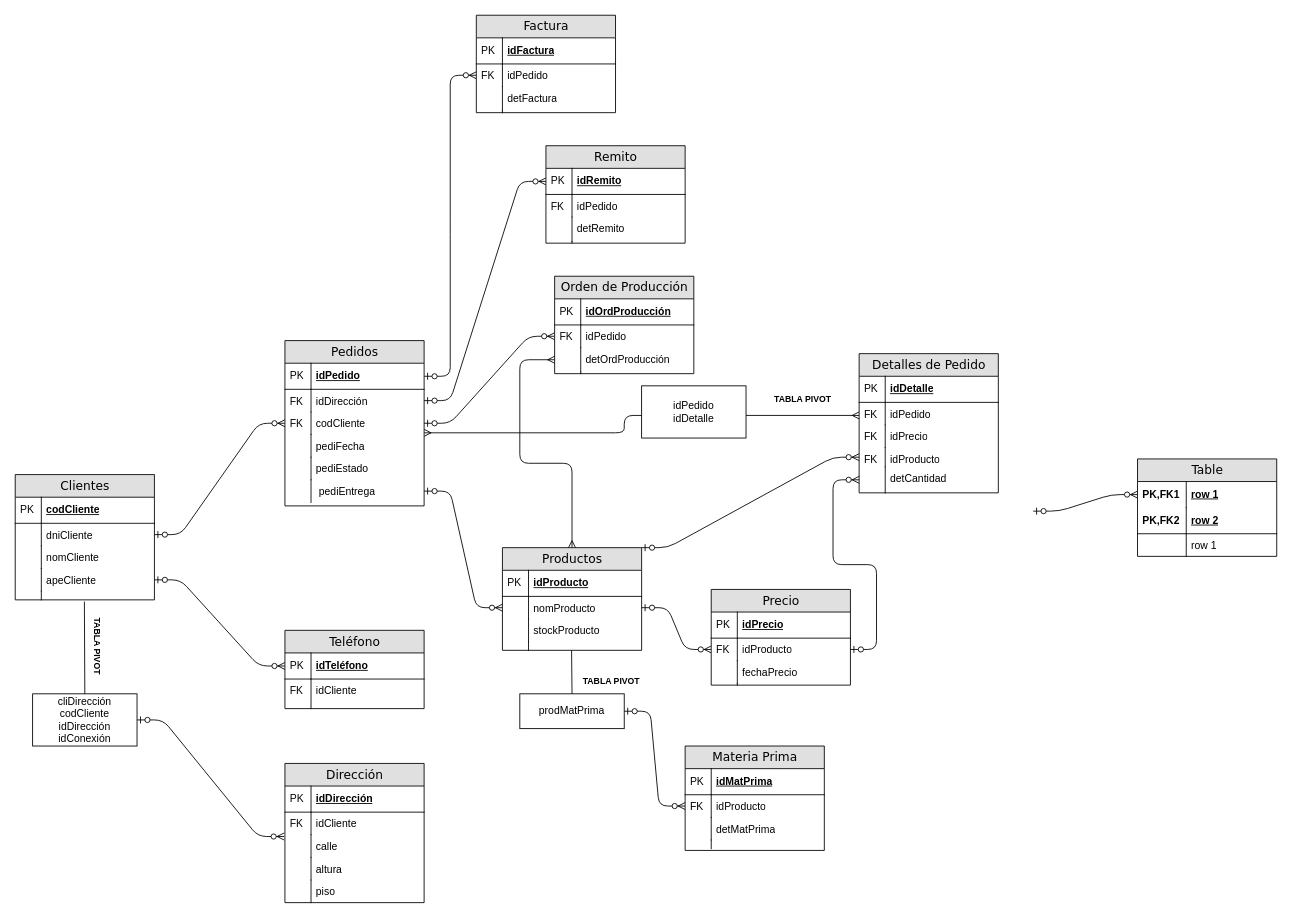
The draw.io diagram Diagrama sin título.drawio in kiloZ333/kiloZ333, before the edit. Source tidied: cells renumbered, new cells numbered last; positions are measured from the earlier drawing's top-left corner, leaving out a move shared by most shapes. Both pictures are drawn from the tidied source at 87%, with x=0, y=0 at pixel (15, 15).
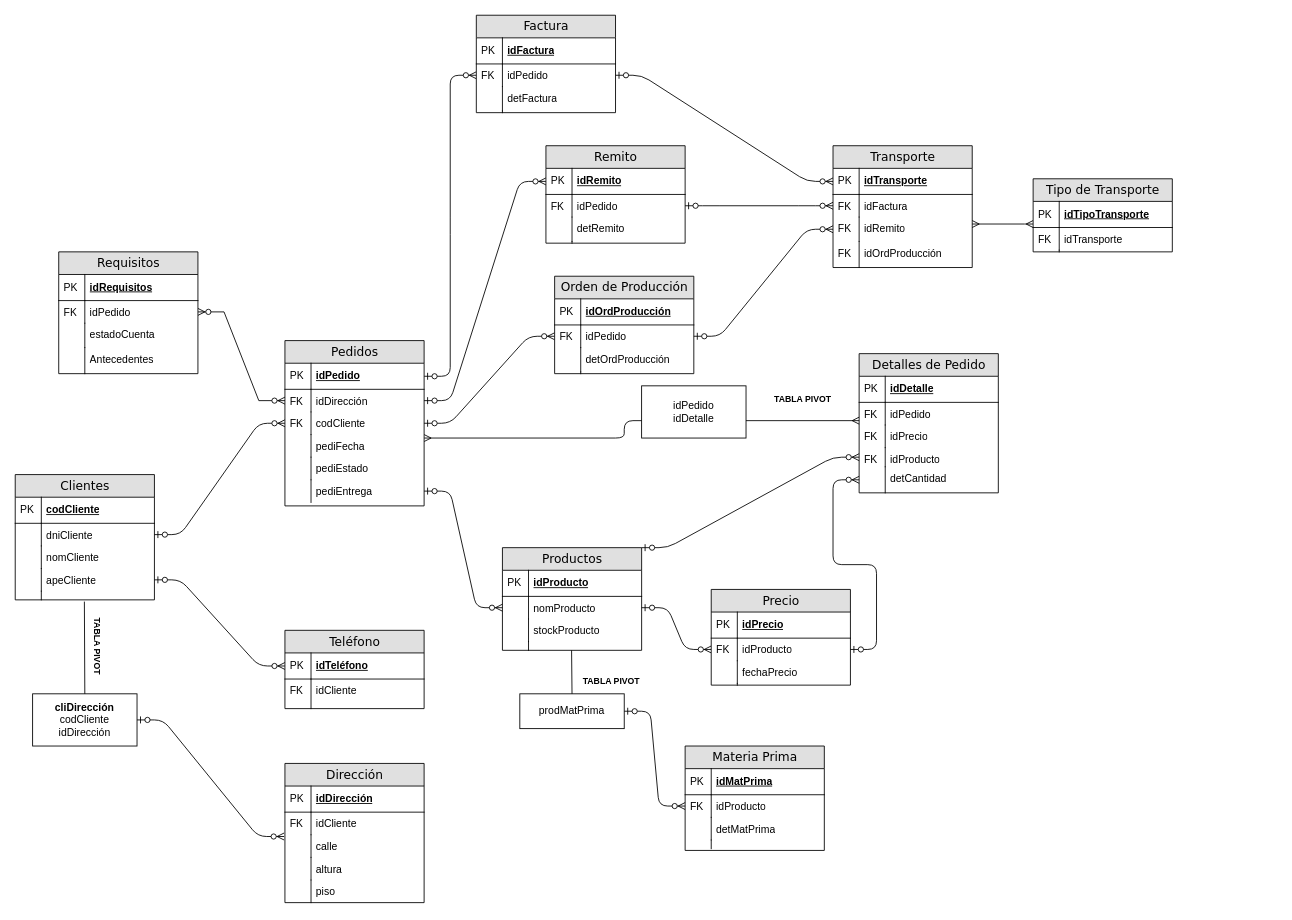
Above is the later version.

Unchanged cells that the change refers to:
```xml
<mxCell id="5" value="idPedido" style="shape=partialRectangle;top=0;left=0;right=0;bottom=0;html=1;align=left;verticalAlign=top;fillColor=none;spacingLeft=34;spacingRight=4;whiteSpace=wrap;overflow=hidden;points=[[0,0.5],[1,0.5]];portConstraint=eastwest;" parent="2" vertex="1">
  <mxGeometry y="56" width="160" height="26" as="geometry" />
</mxCell>
<mxCell id="22" value="Productos" style="swimlane;html=1;fontStyle=0;horizontal=1;startSize=26;fillColor=#e0e0e0;swimlaneFillColor=#ffffff;align=center;rounded=0;shadow=0;comic=0;labelBackgroundColor=none;strokeWidth=1;fontFamily=Verdana;fontSize=14;" parent="1" vertex="1">
  <mxGeometry x="560" y="612" width="160" height="118" as="geometry" />
</mxCell>
<mxCell id="70" value="Pedidos" style="swimlane;html=1;fontStyle=0;horizontal=1;startSize=26;fillColor=#e0e0e0;swimlaneFillColor=#ffffff;align=center;rounded=0;shadow=0;comic=0;labelBackgroundColor=none;strokeWidth=1;fontFamily=Verdana;fontSize=14;" parent="1" vertex="1">
  <mxGeometry x="310" y="374" width="160" height="190" as="geometry" />
</mxCell>
<mxCell id="73" value="idDirección" style="shape=partialRectangle;top=0;left=0;right=0;bottom=0;html=1;align=left;verticalAlign=top;fillColor=none;spacingLeft=34;spacingRight=4;whiteSpace=wrap;overflow=hidden;points=[[0,0.5],[1,0.5]];portConstraint=eastwest;" parent="70" vertex="1">
  <mxGeometry y="56" width="160" height="26" as="geometry" />
</mxCell>
<mxCell id="75" value="codCliente" style="shape=partialRectangle;top=0;left=0;right=0;bottom=0;html=1;align=left;verticalAlign=top;fillColor=none;spacingLeft=34;spacingRight=4;whiteSpace=wrap;overflow=hidden;points=[[0,0.5],[1,0.5]];portConstraint=eastwest;" parent="70" vertex="1">
  <mxGeometry y="82" width="160" height="26" as="geometry" />
</mxCell>
<mxCell id="109" value="idPedido" style="shape=partialRectangle;top=0;left=0;right=0;bottom=0;html=1;align=left;verticalAlign=top;fillColor=none;spacingLeft=34;spacingRight=4;whiteSpace=wrap;overflow=hidden;points=[[0,0.5],[1,0.5]];portConstraint=eastwest;" parent="106" vertex="1">
  <mxGeometry y="56" width="160" height="26" as="geometry" />
</mxCell>
<mxCell id="118" value="idPedido" style="shape=partialRectangle;top=0;left=0;right=0;bottom=0;html=1;align=left;verticalAlign=top;fillColor=none;spacingLeft=34;spacingRight=4;whiteSpace=wrap;overflow=hidden;points=[[0,0.5],[1,0.5]];portConstraint=eastwest;" parent="115" vertex="1">
  <mxGeometry y="56" width="160" height="26" as="geometry" />
</mxCell>
<mxCell id="128" value="idPedido" style="shape=partialRectangle;top=0;left=0;right=0;bottom=0;html=1;align=left;verticalAlign=top;fillColor=none;spacingLeft=34;spacingRight=4;whiteSpace=wrap;overflow=hidden;points=[[0,0.5],[1,0.5]];portConstraint=eastwest;" parent="125" vertex="1">
  <mxGeometry y="56" width="160" height="26" as="geometry" />
</mxCell>
<mxCell id="130" value="detOrdProducción" style="shape=partialRectangle;top=0;left=0;right=0;bottom=0;html=1;align=left;verticalAlign=top;fillColor=none;spacingLeft=34;spacingRight=4;whiteSpace=wrap;overflow=hidden;points=[[0,0.5],[1,0.5]];portConstraint=eastwest;" parent="125" vertex="1">
  <mxGeometry y="82" width="160" height="28" as="geometry" />
</mxCell>
```

What changed in the source:
```diff
@@
-    <mxCell id="31" style="edgeStyle=orthogonalEdgeStyle;html=1;endArrow=ERmany;startArrow=ERmany;labelBackgroundColor=none;fontFamily=Verdana;fontSize=14;" parent="1" edge="1" source="5" target="75">
+    <mxCell id="31" style="edgeStyle=orthogonalEdgeStyle;html=1;endArrow=ERmany;startArrow=ERmany;labelBackgroundColor=none;fontFamily=Verdana;fontSize=14;" parent="1" edge="1">
       <mxGeometry relative="1" as="geometry">
+        <mxPoint x="970" y="466" as="sourcePoint" />
+        <mxPoint x="470" y="486" as="targetPoint" />
         <Array as="points">
-          <mxPoint x="700" y="460" />
-          <mxPoint x="700" y="480" />
+          <mxPoint x="700" y="466" />
+          <mxPoint x="700" y="486" />
         </Array>
       </mxGeometry>
     </mxCell>
@@
-    <mxCell id="33" value="Table" style="swimlane;html=1;fontStyle=0;horizontal=1;startSize=26;fillColor=#e0e0e0;swimlaneFillColor=#ffffff;align=center;rounded=0;shadow=0;comic=0;labelBackgroundColor=none;strokeWidth=1;fontFamily=Verdana;fontSize=14;" parent="1" vertex="1">
-      <mxGeometry x="1290" y="510" width="160" height="112" as="geometry" />
-    </mxCell>
-    <mxCell id="34" value="row 1" style="shape=partialRectangle;top=0;left=0;right=0;bottom=0;html=1;align=left;verticalAlign=middle;fillColor=none;spacingLeft=60;spacingRight=4;whiteSpace=wrap;overflow=hidden;points=[[0,0.5],[1,0.5]];portConstraint=eastwest;fontStyle=5;" parent="33" vertex="1">
-      <mxGeometry y="26" width="160" height="30" as="geometry" />
-    </mxCell>
-    <mxCell id="35" value="PK,FK1" style="shape=partialRectangle;fontStyle=1;top=0;left=0;bottom=0;html=1;fillColor=none;align=left;verticalAlign=middle;spacingLeft=4;spacingRight=4;whiteSpace=wrap;overflow=hidden;" parent="34" vertex="1">
-      <mxGeometry width="56" height="30" as="geometry" />
-    </mxCell>
-    <mxCell id="36" value="row 2" style="shape=partialRectangle;top=0;left=0;right=0;bottom=1;html=1;align=left;verticalAlign=middle;fillColor=none;spacingLeft=60;spacingRight=4;whiteSpace=wrap;overflow=hidden;fontStyle=5;" parent="33" vertex="1">
-      <mxGeometry y="56" width="160" height="30" as="geometry" />
-    </mxCell>
-    <mxCell id="37" value="PK,FK2" style="shape=partialRectangle;fontStyle=1;top=0;left=0;bottom=0;html=1;fillColor=none;align=left;verticalAlign=middle;spacingLeft=4;spacingRight=4;whiteSpace=wrap;overflow=hidden;" parent="36" vertex="1">
-      <mxGeometry width="56" height="30" as="geometry" />
-    </mxCell>
-    <mxCell id="38" value="row 1" style="shape=partialRectangle;top=0;left=0;right=0;bottom=0;html=1;align=left;verticalAlign=top;fillColor=none;spacingLeft=60;spacingRight=4;whiteSpace=wrap;overflow=hidden;" parent="33" vertex="1">
-      <mxGeometry y="86" width="160" height="26" as="geometry" />
-    </mxCell>
-    <mxCell id="39" style="shape=partialRectangle;top=0;left=0;bottom=0;html=1;fillColor=none;align=left;verticalAlign=top;spacingLeft=4;spacingRight=4;whiteSpace=wrap;overflow=hidden;" parent="38" vertex="1">
-      <mxGeometry width="56" height="26" as="geometry" />
-    </mxCell>
-    <mxCell id="40" style="edgeStyle=entityRelationEdgeStyle;html=1;endArrow=ERzeroToMany;startArrow=ERzeroToOne;labelBackgroundColor=none;fontFamily=Verdana;fontSize=14;entryX=0;entryY=0.5;" parent="1" edge="1" target="34">
-      <mxGeometry relative="1" as="geometry">
-        <mxPoint x="1170" y="570" as="sourcePoint" />
-      </mxGeometry>
-    </mxCell>
@@
-    <mxCell id="53" value="&lt;div&gt;cliDirección&lt;/div&gt;&lt;div&gt;codCliente&lt;/div&gt;&lt;div&gt;idDirección&lt;/div&gt;&lt;div&gt;idConexión&lt;br&gt;&lt;/div&gt;" style="rounded=0;whiteSpace=wrap;html=1;" parent="1" vertex="1">
+    <mxCell id="53" value="&lt;div&gt;&lt;b&gt;cliDirección&lt;/b&gt;&lt;/div&gt;&lt;div&gt;codCliente&lt;/div&gt;&lt;div&gt;idDirección&lt;/div&gt;" style="rounded=0;whiteSpace=wrap;html=1;" parent="1" vertex="1">
       <mxGeometry x="20" y="780" width="120" height="60" as="geometry" />
     </mxCell>
@@
-    <mxCell id="81" value="&amp;nbsp;pediEntrega" style="shape=partialRectangle;top=0;left=0;right=0;bottom=0;html=1;align=left;verticalAlign=top;fillColor=none;spacingLeft=34;spacingRight=4;whiteSpace=wrap;overflow=hidden;points=[[0,0.5],[1,0.5]];portConstraint=eastwest;" parent="70" vertex="1">
+    <mxCell id="81" value="pediEntrega" style="shape=partialRectangle;top=0;left=0;right=0;bottom=0;html=1;align=left;verticalAlign=top;fillColor=none;spacingLeft=34;spacingRight=4;whiteSpace=wrap;overflow=hidden;points=[[0,0.5],[1,0.5]];portConstraint=eastwest;" parent="70" vertex="1">
       <mxGeometry y="160" width="160" height="26" as="geometry" />
     </mxCell>
@@
-    <mxCell id="134" style="edgeStyle=orthogonalEdgeStyle;html=1;endArrow=ERmany;startArrow=ERmany;labelBackgroundColor=none;fontFamily=Verdana;fontSize=14;" parent="1" edge="1" source="130" target="22">
-      <mxGeometry relative="1" as="geometry">
-        <Array as="points">
-          <mxPoint x="580" y="396" />
-          <mxPoint x="580" y="515" />
-          <mxPoint x="640" y="515" />
-        </Array>
-      </mxGeometry>
-    </mxCell>
@@
+    <mxCell id="136" style="edgeStyle=entityRelationEdgeStyle;html=1;endArrow=ERzeroToMany;startArrow=ERzeroToOne;labelBackgroundColor=none;fontFamily=Verdana;fontSize=14;" parent="1" edge="1" source="128" target="144">
+      <mxGeometry relative="1" as="geometry" />
+    </mxCell>
+    <mxCell id="137" style="edgeStyle=entityRelationEdgeStyle;html=1;endArrow=ERzeroToMany;startArrow=ERzeroToOne;labelBackgroundColor=none;fontFamily=Verdana;fontSize=14;" parent="1" edge="1" source="118" target="142">
+      <mxGeometry relative="1" as="geometry" />
+    </mxCell>
+    <mxCell id="138" style="edgeStyle=entityRelationEdgeStyle;html=1;endArrow=ERzeroToMany;startArrow=ERzeroToOne;labelBackgroundColor=none;fontFamily=Verdana;fontSize=14;" parent="1" edge="1" source="109" target="140">
+      <mxGeometry relative="1" as="geometry" />
+    </mxCell>
+    <mxCell id="139" value="Transporte" style="swimlane;html=1;fontStyle=0;horizontal=1;startSize=26;fillColor=#e0e0e0;swimlaneFillColor=#ffffff;align=center;rounded=0;shadow=0;comic=0;labelBackgroundColor=none;strokeWidth=1;fontFamily=Verdana;fontSize=14;" parent="1" vertex="1">
+      <mxGeometry x="940" y="150" width="160" height="140" as="geometry" />
+    </mxCell>
+    <mxCell id="140" value="idTransporte" style="shape=partialRectangle;top=0;left=0;right=0;bottom=1;html=1;align=left;verticalAlign=middle;fillColor=none;spacingLeft=34;spacingRight=4;whiteSpace=wrap;overflow=hidden;points=[[0,0.5],[1,0.5]];portConstraint=eastwest;fontStyle=5;" parent="139" vertex="1">
+      <mxGeometry y="26" width="160" height="30" as="geometry" />
+    </mxCell>
+    <mxCell id="141" value="PK" style="shape=partialRectangle;top=0;left=0;bottom=0;html=1;fillColor=none;align=left;verticalAlign=middle;spacingLeft=4;spacingRight=4;whiteSpace=wrap;overflow=hidden;" parent="140" vertex="1">
+      <mxGeometry width="30" height="30" as="geometry" />
+    </mxCell>
+    <mxCell id="142" value="idFactura" style="shape=partialRectangle;top=0;left=0;right=0;bottom=0;html=1;align=left;verticalAlign=top;fillColor=none;spacingLeft=34;spacingRight=4;whiteSpace=wrap;overflow=hidden;points=[[0,0.5],[1,0.5]];portConstraint=eastwest;" parent="139" vertex="1">
+      <mxGeometry y="56" width="160" height="26" as="geometry" />
+    </mxCell>
+    <mxCell id="143" value="FK" style="shape=partialRectangle;top=0;left=0;bottom=0;html=1;fillColor=none;align=left;verticalAlign=top;spacingLeft=4;spacingRight=4;whiteSpace=wrap;overflow=hidden;" parent="142" vertex="1">
+      <mxGeometry width="30" height="26" as="geometry" />
+    </mxCell>
+    <mxCell id="144" value="idRemito" style="shape=partialRectangle;top=0;left=0;right=0;bottom=0;html=1;align=left;verticalAlign=top;fillColor=none;spacingLeft=34;spacingRight=4;whiteSpace=wrap;overflow=hidden;points=[[0,0.5],[1,0.5]];portConstraint=eastwest;" parent="139" vertex="1">
+      <mxGeometry y="82" width="160" height="28" as="geometry" />
+    </mxCell>
+    <mxCell id="145" value="FK" style="shape=partialRectangle;top=0;left=0;bottom=0;html=1;fillColor=none;align=left;verticalAlign=top;spacingLeft=4;spacingRight=4;whiteSpace=wrap;overflow=hidden;" parent="144" vertex="1">
+      <mxGeometry width="30" height="28" as="geometry" />
+    </mxCell>
+    <mxCell id="146" value="idOrdProducción" style="shape=partialRectangle;top=0;left=0;right=0;bottom=0;html=1;align=left;verticalAlign=top;fillColor=none;spacingLeft=34;spacingRight=4;whiteSpace=wrap;overflow=hidden;" parent="139" vertex="1">
+      <mxGeometry y="110" width="160" height="30" as="geometry" />
+    </mxCell>
+    <mxCell id="147" value="FK" style="shape=partialRectangle;top=0;left=0;bottom=0;html=1;fillColor=none;align=left;verticalAlign=top;spacingLeft=4;spacingRight=4;whiteSpace=wrap;overflow=hidden;" parent="146" vertex="1">
+      <mxGeometry width="30" height="30" as="geometry" />
+    </mxCell>
+    <mxCell id="148" style="edgeStyle=orthogonalEdgeStyle;html=1;endArrow=ERmany;startArrow=ERmany;labelBackgroundColor=none;fontFamily=Verdana;fontSize=14;" parent="1" edge="1" source="150" target="144">
+      <mxGeometry relative="1" as="geometry">
+        <Array as="points">
+          <mxPoint x="1150" y="240" />
+          <mxPoint x="1150" y="240" />
+        </Array>
+      </mxGeometry>
+    </mxCell>
+    <mxCell id="149" value="Tipo de Transporte" style="swimlane;html=1;fontStyle=0;horizontal=1;startSize=26;fillColor=#e0e0e0;swimlaneFillColor=#ffffff;align=center;rounded=0;shadow=0;comic=0;labelBackgroundColor=none;strokeWidth=1;fontFamily=Verdana;fontSize=14;" parent="1" vertex="1">
+      <mxGeometry x="1170" y="188" width="160" height="84" as="geometry" />
+    </mxCell>
+    <mxCell id="150" value="idTipoTransporte" style="shape=partialRectangle;top=0;left=0;right=0;bottom=1;html=1;align=left;verticalAlign=middle;fillColor=none;spacingLeft=34;spacingRight=4;whiteSpace=wrap;overflow=hidden;points=[[0,0.5],[1,0.5]];portConstraint=eastwest;fontStyle=5;" parent="149" vertex="1">
+      <mxGeometry y="26" width="160" height="30" as="geometry" />
+    </mxCell>
+    <mxCell id="151" value="PK" style="shape=partialRectangle;top=0;left=0;bottom=0;html=1;fillColor=none;align=left;verticalAlign=middle;spacingLeft=4;spacingRight=4;whiteSpace=wrap;overflow=hidden;" parent="150" vertex="1">
+      <mxGeometry width="30" height="30" as="geometry" />
+    </mxCell>
+    <mxCell id="152" value="idTransporte" style="shape=partialRectangle;top=0;left=0;right=0;bottom=0;html=1;align=left;verticalAlign=top;fillColor=none;spacingLeft=34;spacingRight=4;whiteSpace=wrap;overflow=hidden;" parent="149" vertex="1">
+      <mxGeometry y="56" width="160" height="26" as="geometry" />
+    </mxCell>
+    <mxCell id="153" value="FK" style="shape=partialRectangle;top=0;left=0;bottom=0;html=1;fillColor=none;align=left;verticalAlign=top;spacingLeft=4;spacingRight=4;whiteSpace=wrap;overflow=hidden;" parent="152" vertex="1">
+      <mxGeometry width="30" height="26" as="geometry" />
+    </mxCell>
+    <mxCell id="154" style="shape=partialRectangle;top=0;left=0;right=0;bottom=0;html=1;align=left;verticalAlign=top;fillColor=none;spacingLeft=34;spacingRight=4;whiteSpace=wrap;overflow=hidden;" parent="149" vertex="1">
+      <mxGeometry y="82" width="160" height="2" as="geometry" />
+    </mxCell>
+    <mxCell id="155" style="shape=partialRectangle;top=0;left=0;bottom=0;html=1;fillColor=none;align=left;verticalAlign=top;spacingLeft=4;spacingRight=4;whiteSpace=wrap;overflow=hidden;" parent="154" vertex="1">
+      <mxGeometry width="30" height="2" as="geometry" />
+    </mxCell>
+    <mxCell id="156" style="edgeStyle=entityRelationEdgeStyle;fontSize=12;html=1;endArrow=ERzeroToMany;endFill=1;startArrow=ERzeroToMany;rounded=0;" parent="1" edge="1" source="160" target="73">
+      <mxGeometry relative="1" as="geometry" />
+    </mxCell>
+    <mxCell id="157" value="Requisitos" style="swimlane;html=1;fontStyle=0;horizontal=1;startSize=26;fillColor=#e0e0e0;swimlaneFillColor=#ffffff;align=center;rounded=0;shadow=0;comic=0;labelBackgroundColor=none;strokeWidth=1;fontFamily=Verdana;fontSize=14;" parent="1" vertex="1">
+      <mxGeometry x="50" y="272" width="160" height="140" as="geometry" />
+    </mxCell>
+    <mxCell id="158" value="idRequisitos" style="shape=partialRectangle;top=0;left=0;right=0;bottom=1;html=1;align=left;verticalAlign=middle;fillColor=none;spacingLeft=34;spacingRight=4;whiteSpace=wrap;overflow=hidden;fontStyle=5;" parent="157" vertex="1">
+      <mxGeometry y="26" width="160" height="30" as="geometry" />
+    </mxCell>
+    <mxCell id="159" value="PK" style="shape=partialRectangle;top=0;left=0;bottom=0;html=1;fillColor=none;align=left;verticalAlign=middle;spacingLeft=4;spacingRight=4;whiteSpace=wrap;overflow=hidden;" parent="158" vertex="1">
+      <mxGeometry width="30" height="30" as="geometry" />
+    </mxCell>
+    <mxCell id="160" value="idPedido" style="shape=partialRectangle;top=0;left=0;right=0;bottom=0;html=1;align=left;verticalAlign=top;fillColor=none;spacingLeft=34;spacingRight=4;whiteSpace=wrap;overflow=hidden;points=[[0,0.5],[1,0.5]];portConstraint=eastwest;" parent="157" vertex="1">
+      <mxGeometry y="56" width="160" height="26" as="geometry" />
+    </mxCell>
+    <mxCell id="161" value="FK" style="shape=partialRectangle;top=0;left=0;bottom=0;html=1;fillColor=none;align=left;verticalAlign=top;spacingLeft=4;spacingRight=4;whiteSpace=wrap;overflow=hidden;" parent="160" vertex="1">
+      <mxGeometry width="30" height="26" as="geometry" />
+    </mxCell>
+    <mxCell id="162" value="estadoCuenta" style="shape=partialRectangle;top=0;left=0;right=0;bottom=0;html=1;align=left;verticalAlign=top;fillColor=none;spacingLeft=34;spacingRight=4;whiteSpace=wrap;overflow=hidden;" parent="157" vertex="1">
+      <mxGeometry y="82" width="160" height="28" as="geometry" />
+    </mxCell>
+    <mxCell id="163" style="shape=partialRectangle;top=0;left=0;bottom=0;html=1;fillColor=none;align=left;verticalAlign=top;spacingLeft=4;spacingRight=4;whiteSpace=wrap;overflow=hidden;" parent="162" vertex="1">
+      <mxGeometry width="30" height="28" as="geometry" />
+    </mxCell>
+    <mxCell id="164" value="Antecedentes" style="shape=partialRectangle;top=0;left=0;right=0;bottom=0;html=1;align=left;verticalAlign=top;fillColor=none;spacingLeft=34;spacingRight=4;whiteSpace=wrap;overflow=hidden;" parent="157" vertex="1">
+      <mxGeometry y="110" width="160" height="30" as="geometry" />
+    </mxCell>
+    <mxCell id="165" style="shape=partialRectangle;top=0;left=0;bottom=0;html=1;fillColor=none;align=left;verticalAlign=top;spacingLeft=4;spacingRight=4;whiteSpace=wrap;overflow=hidden;" parent="164" vertex="1">
+      <mxGeometry width="30" height="30" as="geometry" />
+    </mxCell>
```
